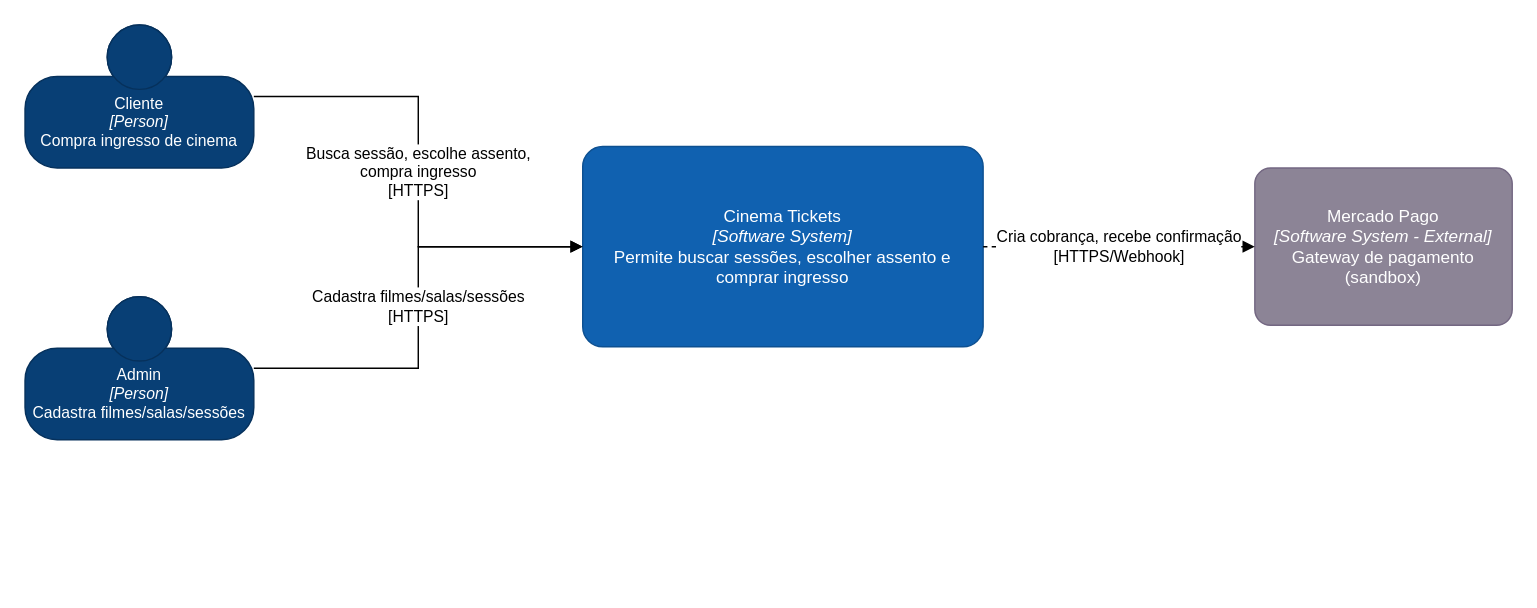
Before: docs/c4/context.drawio in D4rkM/movietickets, a draw.io diagram. Source tidied: cells renumbered, new cells numbered last; positions are measured from the earlier drawing's top-left corner, leaving out a move shared by most shapes. Both pictures are drawn from the tidied source at 143%, with x=0, y=0 at pixel (24, 24).
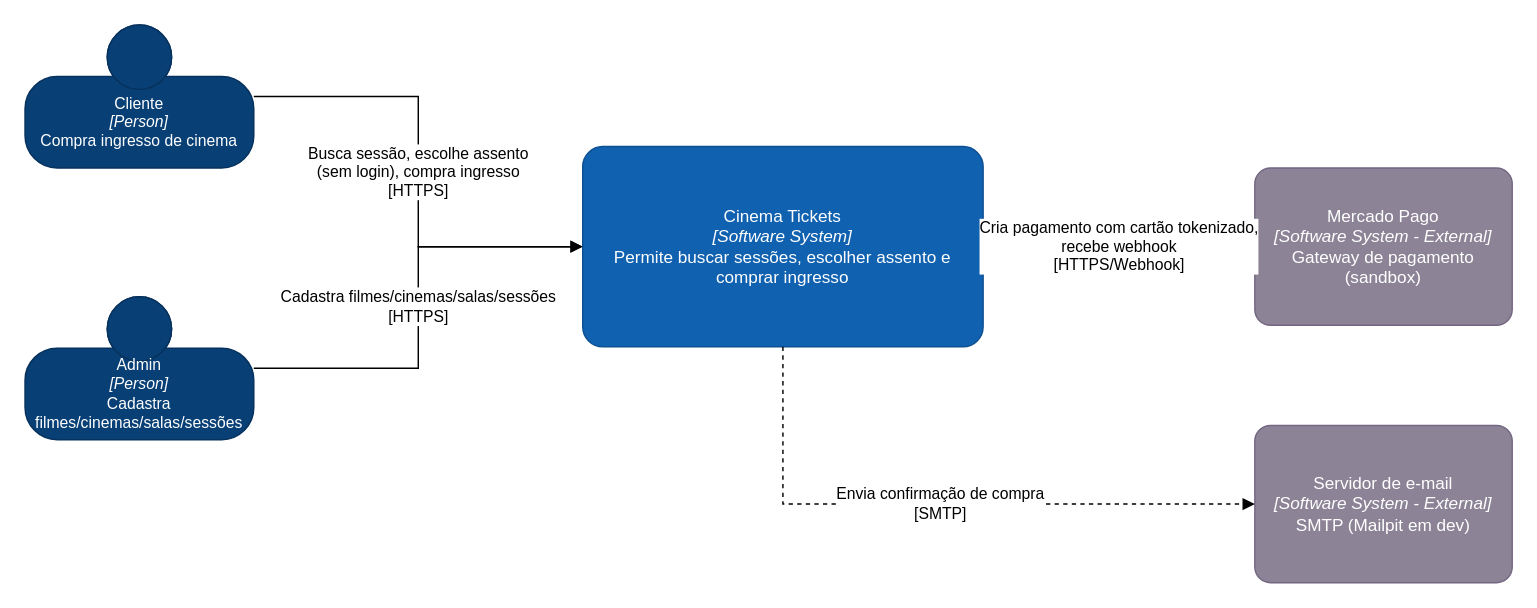
After the change.

What changed in the source:
```diff
@@
 <mxGraphModel>
   <root>
     <mxCell id="0" />
     <mxCell id="1" parent="0" />
     <mxCell id="2" value="Cliente&lt;br&gt;&lt;i&gt;[Person]&lt;/i&gt;&lt;br&gt;Compra ingresso de cinema" style="html=1;fontSize=11;dashed=0;whiteSpace=wrap;fillColor=#083F75;strokeColor=#06315C;fontColor=#ffffff;shape=mxgraph.c4.person2;align=center;points=[[0.5,0,0],[1,0.5,0],[1,0.75,0],[0.75,1,0],[0.5,1,0],[0.25,1,0],[0,0.75,0],[0,0.5,0]];" parent="1" vertex="1">
       <mxGeometry width="160" height="100" as="geometry" />
     </mxCell>
-    <mxCell id="3" value="Admin&lt;br&gt;&lt;i&gt;[Person]&lt;/i&gt;&lt;br&gt;Cadastra filmes/salas/sessões" style="html=1;fontSize=11;dashed=0;whiteSpace=wrap;fillColor=#083F75;strokeColor=#06315C;fontColor=#ffffff;shape=mxgraph.c4.person2;align=center;points=[[0.5,0,0],[1,0.5,0],[1,0.75,0],[0.75,1,0],[0.5,1,0],[0.25,1,0],[0,0.75,0],[0,0.5,0]];" parent="1" vertex="1">
+    <mxCell id="3" value="Admin&lt;br&gt;&lt;i&gt;[Person]&lt;/i&gt;&lt;br&gt;Cadastra filmes/cinemas/salas/sessões" style="html=1;fontSize=11;dashed=0;whiteSpace=wrap;fillColor=#083F75;strokeColor=#06315C;fontColor=#ffffff;shape=mxgraph.c4.person2;align=center;points=[[0.5,0,0],[1,0.5,0],[1,0.75,0],[0.75,1,0],[0.5,1,0],[0.25,1,0],[0,0.75,0],[0,0.5,0]];" parent="1" vertex="1">
       <mxGeometry y="190" width="160" height="100" as="geometry" />
     </mxCell>
     <mxCell id="4" value="Cinema Tickets&lt;br&gt;&lt;i&gt;[Software System]&lt;/i&gt;&lt;br&gt;Permite buscar sessões, escolher assento e comprar ingresso" style="rounded=1;whiteSpace=wrap;html=1;labelBackgroundColor=none;fillColor=#1061B0;fontColor=#ffffff;align=center;arcSize=10;strokeColor=#0D5091;points=[[0.25,0,0],[0.5,0,0],[0.75,0,0],[1,0.25,0],[1,0.5,0],[1,0.75,0],[0.75,1,0],[0.5,1,0],[0.25,1,0],[0,0.75,0],[0,0.5,0],[0,0.25,0]];" parent="1" vertex="1">
       <mxGeometry x="390" y="85" width="280" height="140" as="geometry" />
     </mxCell>
     <mxCell id="5" value="Mercado Pago&lt;br&gt;&lt;i&gt;[Software System - External]&lt;/i&gt;&lt;br&gt;Gateway de pagamento (sandbox)" style="rounded=1;whiteSpace=wrap;html=1;labelBackgroundColor=none;fillColor=#8C8496;fontColor=#ffffff;align=center;arcSize=10;strokeColor=#736782;points=[[0.25,0,0],[0.5,0,0],[0.75,0,0],[1,0.25,0],[1,0.5,0],[1,0.75,0],[0.75,1,0],[0.5,1,0],[0.25,1,0],[0,0.75,0],[0,0.5,0],[0,0.25,0]];" parent="1" vertex="1">
       <mxGeometry x="860" y="100" width="180" height="110" as="geometry" />
     </mxCell>
-    <mxCell id="6" value="Busca sessão, escolhe assento,&lt;br&gt;compra ingresso&lt;br&gt;[HTTPS]" style="edgeStyle=orthogonalEdgeStyle;rounded=0;html=1;fontSize=11;endArrow=block;elbow=vertical;" parent="1" edge="1" source="2" target="4">
+    <mxCell id="6" value="Busca sessão, escolhe assento&lt;br&gt;(sem login), compra ingresso&lt;br&gt;[HTTPS]" style="edgeStyle=orthogonalEdgeStyle;rounded=0;html=1;fontSize=11;endArrow=block;elbow=vertical;" parent="1" edge="1" source="2" target="4">
       <mxGeometry relative="1" as="geometry" />
     </mxCell>
-    <mxCell id="7" value="Cadastra filmes/salas/sessões&lt;br&gt;[HTTPS]" style="edgeStyle=orthogonalEdgeStyle;rounded=0;html=1;fontSize=11;endArrow=block;elbow=vertical;" parent="1" edge="1" source="3" target="4">
+    <mxCell id="7" value="Cadastra filmes/cinemas/salas/sessões&lt;br&gt;[HTTPS]" style="edgeStyle=orthogonalEdgeStyle;rounded=0;html=1;fontSize=11;endArrow=block;elbow=vertical;" parent="1" edge="1" source="3" target="4">
       <mxGeometry relative="1" as="geometry" />
     </mxCell>
-    <mxCell id="8" value="Cria cobrança, recebe confirmação&lt;br&gt;[HTTPS/Webhook]" style="edgeStyle=orthogonalEdgeStyle;rounded=0;html=1;fontSize=11;endArrow=block;dashed=1;exitX=1;exitY=0.5;exitDx=0;exitDy=0;exitPerimeter=0;" parent="1" edge="1" source="4" target="5">
+    <mxCell id="8" value="Cria pagamento com cartão tokenizado,&lt;br&gt;recebe webhook&lt;br&gt;[HTTPS/Webhook]" style="edgeStyle=orthogonalEdgeStyle;rounded=0;html=1;fontSize=11;endArrow=block;dashed=1;exitX=1;exitY=0.5;exitDx=0;exitDy=0;exitPerimeter=0;" parent="1" edge="1" source="4" target="5">
       <mxGeometry relative="1" as="geometry" />
     </mxCell>
+    <mxCell id="9" value="Servidor de e-mail&lt;br&gt;&lt;i&gt;[Software System - External]&lt;/i&gt;&lt;br&gt;SMTP (Mailpit em dev)" style="rounded=1;whiteSpace=wrap;html=1;labelBackgroundColor=none;fillColor=#8C8496;fontColor=#ffffff;align=center;arcSize=10;strokeColor=#736782;points=[[0.25,0,0],[0.5,0,0],[0.75,0,0],[1,0.25,0],[1,0.5,0],[1,0.75,0],[0.75,1,0],[0.5,1,0],[0.25,1,0],[0,0.75,0],[0,0.5,0],[0,0.25,0]];" parent="1" vertex="1">
+      <mxGeometry x="860" y="280" width="180" height="110" as="geometry" />
+    </mxCell>
+    <mxCell id="10" value="Envia confirmação de compra&lt;br&gt;[SMTP]" style="edgeStyle=orthogonalEdgeStyle;rounded=0;html=1;fontSize=11;endArrow=block;dashed=1;exitX=0.5;exitY=1;exitDx=0;exitDy=0;exitPerimeter=0;entryX=0;entryY=0.5;entryDx=0;entryDy=0;entryPerimeter=0;" parent="1" edge="1" source="4" target="9">
+      <mxGeometry relative="1" as="geometry" />
+    </mxCell>
   </root>
 </mxGraphModel>
```
